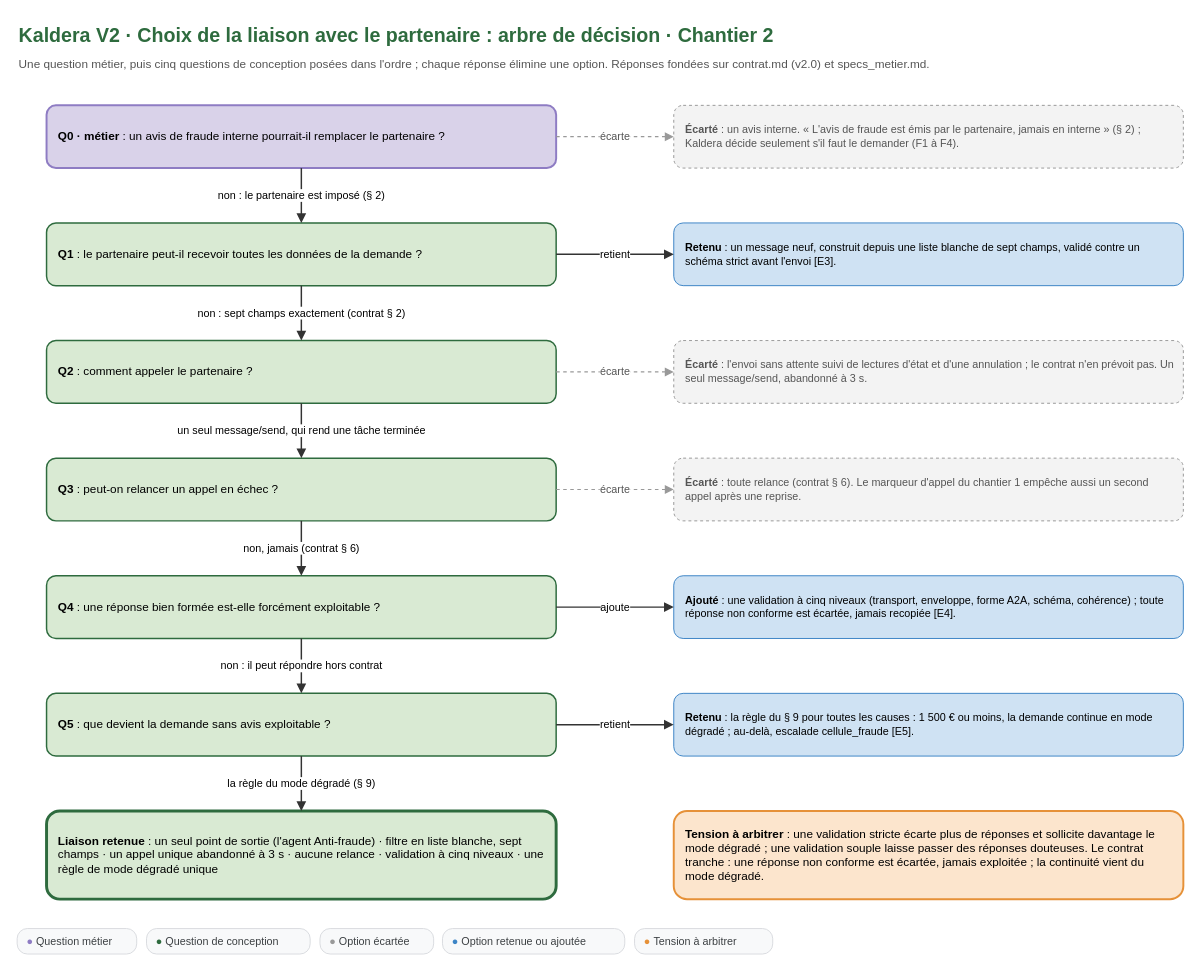
Earlier version of the draw.io diagram conception/schemas/schema-4-arbre-liaison-a2a.drawio (Ganda15/kaldera-bout-en-bout_v2). Source tidied: cells renumbered, new cells numbered last; positions are measured from the earlier drawing's top-left corner, leaving out a move shared by most shapes. Both pictures are drawn from the tidied source at 98%, with x=0, y=0 at pixel (17, 17).
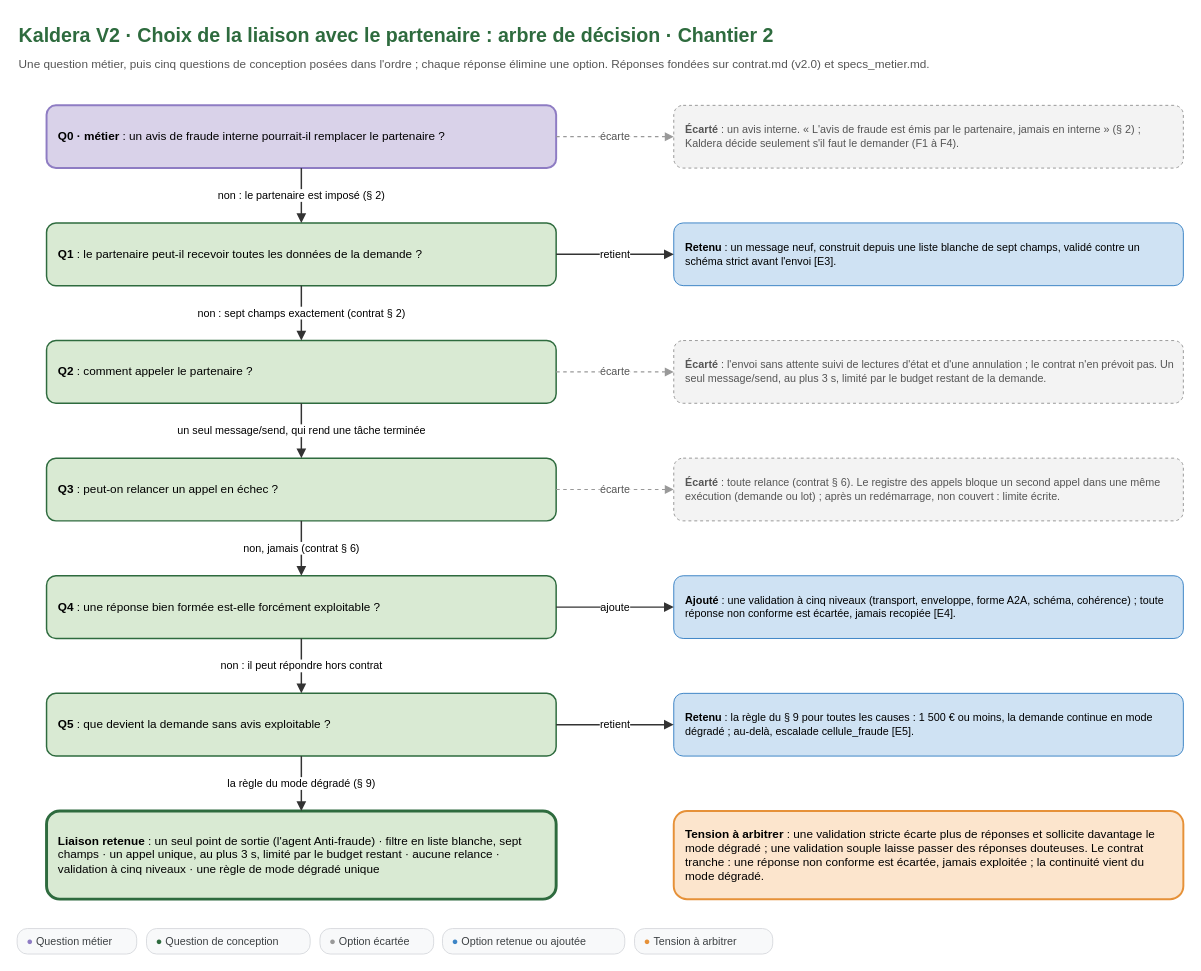
After the change.

What changed in the source:
```diff
@@
-    <mxCell id="11" value="&lt;b&gt;Écarté&lt;/b&gt; : l'envoi sans attente suivi de lectures d'état et d'une annulation ; le contrat n'en prévoit pas. Un seul message/send, abandonné à 3 s." style="whiteSpace=wrap;html=1;fontFamily=Arial;fontSize=12;align=left;spacingLeft=10;spacingRight=8;verticalAlign=top;spacingTop=6;verticalAlign=middle;spacingTop=0;rounded=1;fillColor=#f3f3f3;strokeColor=#999999;dashed=1;fontColor=#555555;fontSize=11;" parent="1" vertex="1">
+    <mxCell id="11" value="&lt;b&gt;Écarté&lt;/b&gt; : l'envoi sans attente suivi de lectures d'état et d'une annulation ; le contrat n'en prévoit pas. Un seul message/send, au plus 3 s, limité par le budget restant de la demande." style="whiteSpace=wrap;html=1;fontFamily=Arial;fontSize=12;align=left;spacingLeft=10;spacingRight=8;verticalAlign=top;spacingTop=6;verticalAlign=middle;spacingTop=0;rounded=1;fillColor=#f3f3f3;strokeColor=#999999;dashed=1;fontColor=#555555;fontSize=11;" parent="1" vertex="1">
       <mxGeometry x="670" y="330" width="520" height="64" as="geometry" />
     </mxCell>
@@
-    <mxCell id="14" value="&lt;b&gt;Écarté&lt;/b&gt; : toute relance (contrat § 6). Le marqueur d'appel du chantier 1 empêche aussi un second appel après une reprise." style="whiteSpace=wrap;html=1;fontFamily=Arial;fontSize=12;align=left;spacingLeft=10;spacingRight=8;verticalAlign=top;spacingTop=6;verticalAlign=middle;spacingTop=0;rounded=1;fillColor=#f3f3f3;strokeColor=#999999;dashed=1;fontColor=#555555;fontSize=11;" parent="1" vertex="1">
+    <mxCell id="14" value="&lt;b&gt;Écarté&lt;/b&gt; : toute relance (contrat § 6). Le registre des appels bloque un second appel dans une même exécution (demande ou lot) ; après un redémarrage, non couvert : limite écrite." style="whiteSpace=wrap;html=1;fontFamily=Arial;fontSize=12;align=left;spacingLeft=10;spacingRight=8;verticalAlign=top;spacingTop=6;verticalAlign=middle;spacingTop=0;rounded=1;fillColor=#f3f3f3;strokeColor=#999999;dashed=1;fontColor=#555555;fontSize=11;" parent="1" vertex="1">
       <mxGeometry x="670" y="450" width="520" height="64" as="geometry" />
     </mxCell>
@@
-    <mxCell id="22" value="&lt;b&gt;Liaison retenue&lt;/b&gt; : un seul point de sortie (l'agent Anti-fraude) · filtre en liste blanche, sept champs · un appel unique abandonné à 3 s · aucune relance · validation à cinq niveaux · une règle de mode dégradé unique" style="whiteSpace=wrap;html=1;fontFamily=Arial;fontSize=12;align=left;spacingLeft=10;spacingRight=8;verticalAlign=top;spacingTop=6;verticalAlign=middle;spacingTop=0;rounded=1;fillColor=#d9ead3;strokeColor=#2E6B3E;strokeWidth=3;" parent="1" vertex="1">
+    <mxCell id="22" value="&lt;b&gt;Liaison retenue&lt;/b&gt; : un seul point de sortie (l'agent Anti-fraude) · filtre en liste blanche, sept champs · un appel unique, au plus 3 s, limité par le budget restant · aucune relance · validation à cinq niveaux · une règle de mode dégradé unique" style="whiteSpace=wrap;html=1;fontFamily=Arial;fontSize=12;align=left;spacingLeft=10;spacingRight=8;verticalAlign=top;spacingTop=6;verticalAlign=middle;spacingTop=0;rounded=1;fillColor=#d9ead3;strokeColor=#2E6B3E;strokeWidth=3;" parent="1" vertex="1">
       <mxGeometry x="30" y="810" width="520" height="90" as="geometry" />
     </mxCell>
```
